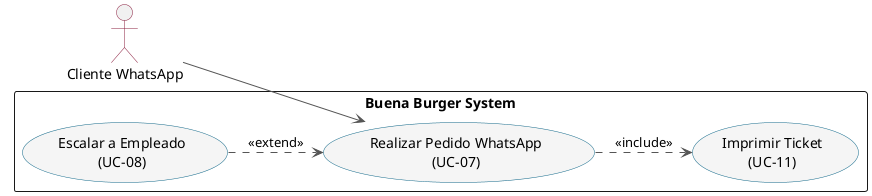
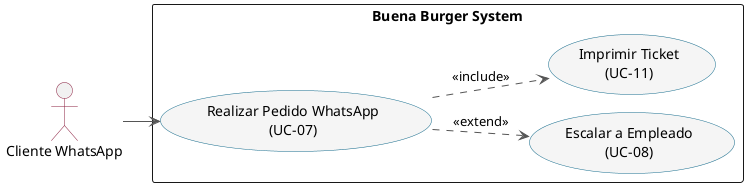
@startuml
!pragma layout smetana
left to right direction
skinparam shadowing false
skinparam packageStyle rectangle
skinparam usecase {
  BackgroundColor #F5F5F5
  BorderColor #146B8C
}
skinparam actor {
  BorderColor #8B1E3F
}
skinparam ArrowColor #555555
actor "Cliente WhatsApp" as CW
rectangle "Buena Burger System" {
  usecase "Realizar Pedido WhatsApp\n(UC-07)" as U7
  usecase "Escalar a Empleado\n(UC-08)" as U8
  usecase "Imprimir Ticket\n(UC-11)" as U11
}
CW --> U7
- U8 ..> U7 : <<extend>>
+ U7 ..> U8 : <<extend>>
U7 ..> U11 : <<include>>
@enduml
